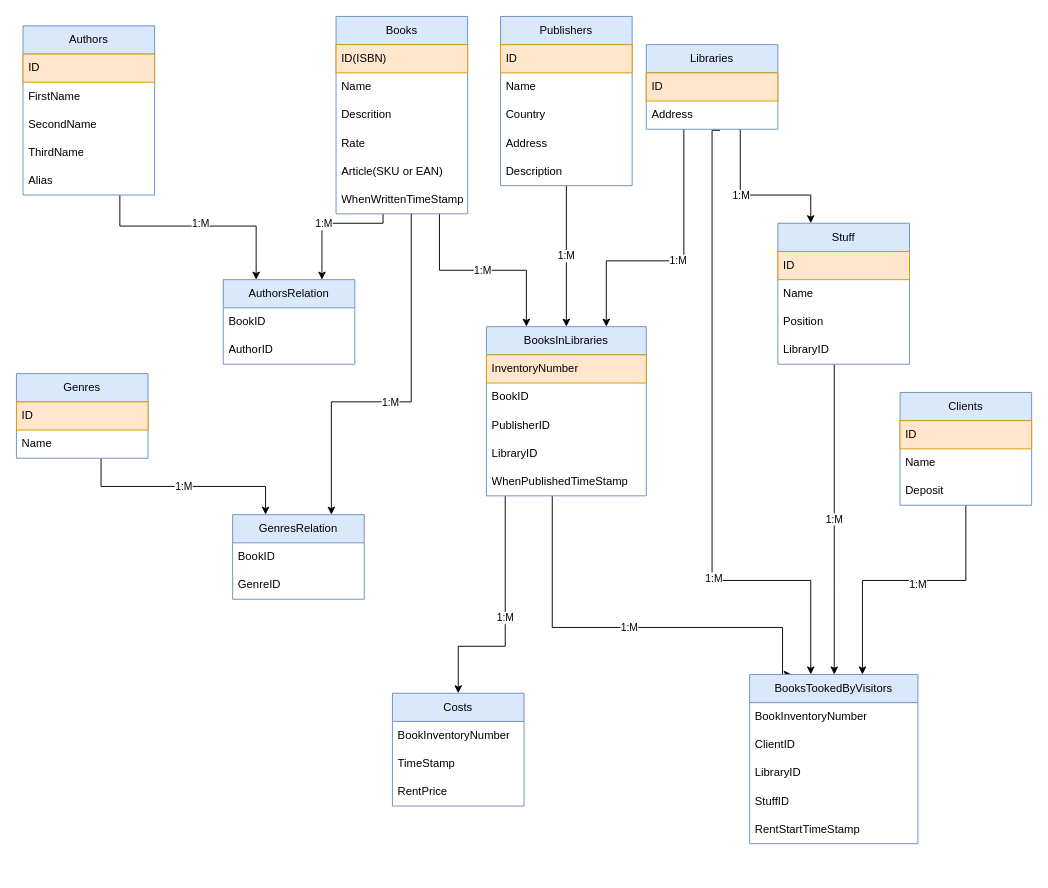
This is NetworkOfLibraries_DataBaseDiagram.drawio from MakhortovSasha/MBDigital_TestTask, a draw.io file, before an edit. Source tidied: cells renumbered, new cells numbered last; positions are measured from the earlier drawing's top-left corner, leaving out a move shared by most shapes. Both pictures are drawn from the tidied source at 94%, with x=0, y=0 at pixel (16, 16).
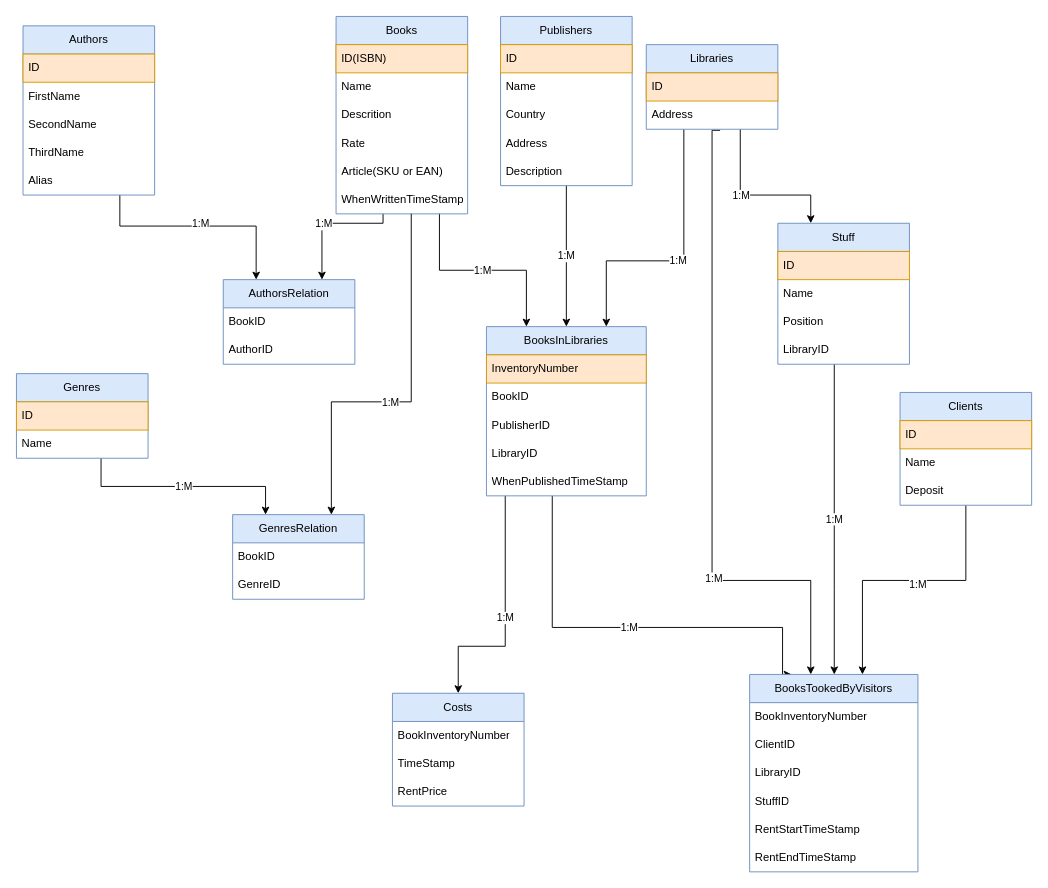
The same page after the edit.

Change to the diagram source:
```diff
@@
     <mxCell id="34" value="BooksTookedByVisitors" style="swimlane;fontStyle=0;horizontal=1;startSize=30;whiteSpace=wrap;html=1;fillColor=#dae8fc;strokeColor=#6c8ebf;" parent="1" vertex="1">
-      <mxGeometry x="780" y="700" width="179" height="180" as="geometry" />
+      <mxGeometry x="780" y="700" width="179" height="210" as="geometry" />
     </mxCell>
@@
+    <mxCell id="77" value="RentStartTimeStamp" style="text;strokeColor=none;fillColor=none;align=left;verticalAlign=middle;spacingLeft=4;spacingRight=4;overflow=hidden;whiteSpace=wrap;html=1;" parent="34" vertex="1">
+      <mxGeometry y="150" width="179" height="30" as="geometry" />
+    </mxCell>
-    <mxCell id="39" value="RentStartTimeStamp" style="text;strokeColor=none;fillColor=none;align=left;verticalAlign=middle;spacingLeft=4;spacingRight=4;overflow=hidden;whiteSpace=wrap;html=1;" parent="34" vertex="1">
-      <mxGeometry y="150" width="179" height="30" as="geometry" />
+    <mxCell id="39" value="RentEndTimeStamp" style="text;strokeColor=none;fillColor=none;align=left;verticalAlign=middle;spacingLeft=4;spacingRight=4;overflow=hidden;whiteSpace=wrap;html=1;" parent="34" vertex="1">
+      <mxGeometry y="180" width="179" height="30" as="geometry" />
     </mxCell>
```
